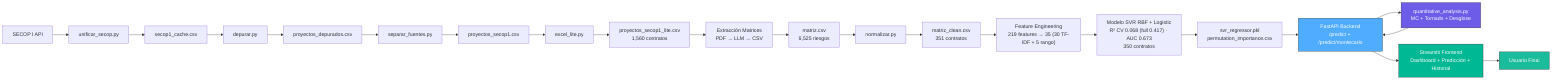
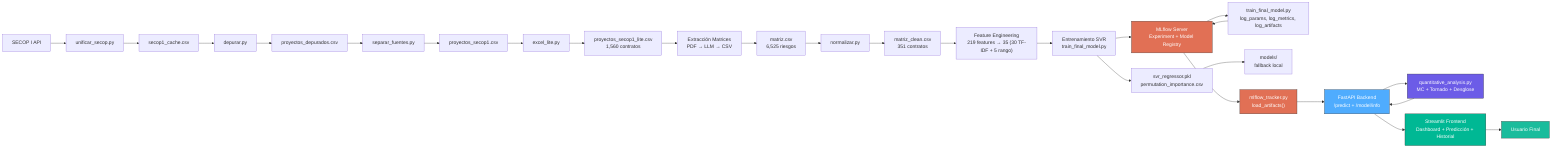
graph LR
    A[SECOP I API] --> B[unificar_secop.py]
    B --> C[secop1_cache.csv]
    C --> D[depurar.py]
    D --> E[proyectos_depurados.csv]
    E --> F[separar_fuentes.py]
    F --> G[proyectos_secop1.csv]
    G --> H[excel_lite.py]
    H --> I[proyectos_secop1_lite.csv<br/>1,560 contratos]
    I --> J[Extracción Matrices<br/>PDF → LLM → CSV]
    J --> K[matriz.csv<br/>6,525 riesgos]
    K --> L[normalizar.py]
    L --> M[matriz_clean.csv<br/>351 contratos]
    M --> N["Feature Engineering<br/>219 features → 35 (30 TF-IDF + 5 rango)"]
-     N --> O["Modelo SVR RBF + Logistic<br/>R² CV 0.068 (full 0.417) · AUC 0.673<br/>350 contratos"]
-     O --> P[svr_regressor.pkl<br/>permutation_importance.csv]
-     P --> Q[FastAPI Backend<br/>/predict + /predict/montecarlo]
-     Q --> Q2[quantitative_analysis.py<br/>MC + Tornado + Desglose]
-     Q2 --> Q
-     Q --> R[Streamlit Frontend<br/>Dashboard + Predicción + Historial]
-     R --> S[Usuario Final]
+     N --> O["Entrenamiento SVR<br/>train_final_model.py"]
+     O --> P[MLflow Server<br/>Experiment + Model Registry]
+     O --> Q[svr_regressor.pkl<br/>permutation_importance.csv]
+     P --> R["train_final_model.py<br/>log_params, log_metrics, log_artifacts"]
+     R --> P
+     Q --> S[models/<br/>fallback local]
+     P --> T["mlflow_tracker.py<br/>load_artifacts()"]
+     T --> U["FastAPI Backend<br/>/predict + /model/info"]
+     U --> V["quantitative_analysis.py<br/>MC + Tornado + Desglose"]
+     V --> U
+     U --> W[Streamlit Frontend<br/>Dashboard + Predicción + Historial]
+     W --> X[Usuario Final]

-     style Q fill:#4facfe,stroke:#333,color:white
-     style Q2 fill:#6C5CE7,stroke:#333,color:white
-     style R fill:#00B894,stroke:#333,color:white
-     style S fill:#1ABC9C,stroke:#333,color:white+     style P fill:#E17055,stroke:#333,color:white
+     style T fill:#E17055,stroke:#333,color:white
+     style U fill:#4facfe,stroke:#333,color:white
+     style V fill:#6C5CE7,stroke:#333,color:white
+     style W fill:#00B894,stroke:#333,color:white
+     style X fill:#1ABC9C,stroke:#333,color:white
